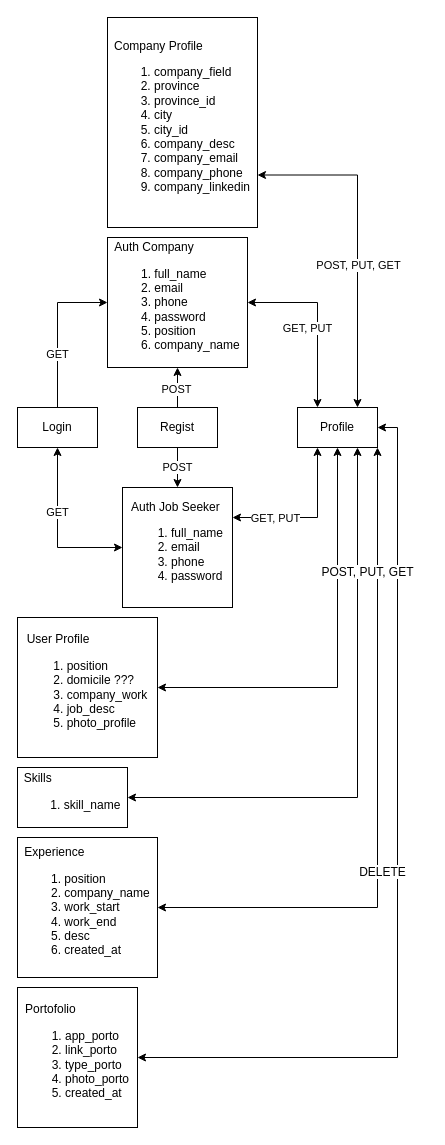
The draw.io diagram DFD CRUD.drawio in LKanugrahan/StorageTeamProjectBE, before the edit. Source tidied: cells renumbered, new cells numbered last; positions are measured from the earlier drawing's top-left corner, leaving out a move shared by most shapes. Both pictures are drawn from the tidied source at 100%, with x=0, y=0 at pixel (17, 17).
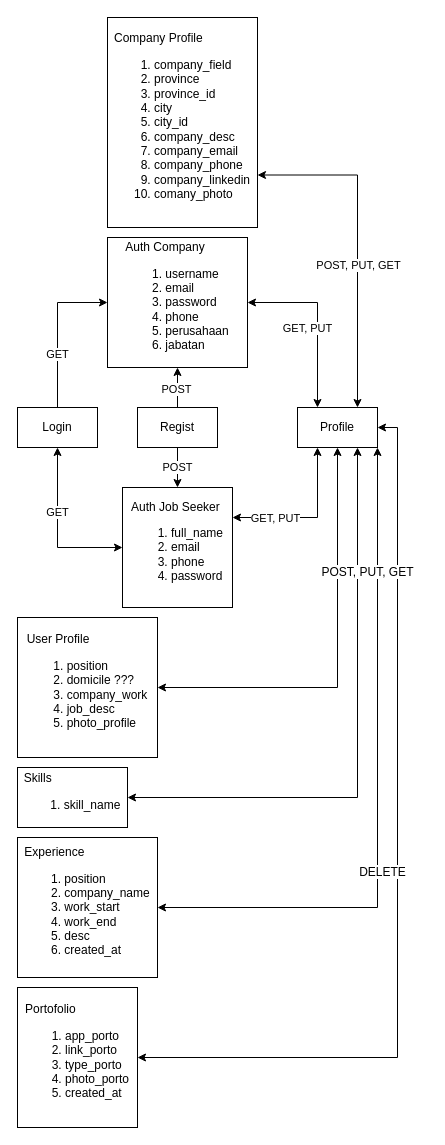
After the change.

Change to the diagram source:
```diff
@@
-    <mxCell id="26" value="&lt;div style=&quot;text-align: justify;&quot;&gt;&lt;span style=&quot;background-color: initial;&quot;&gt;Auth&amp;nbsp;&lt;/span&gt;&lt;span style=&quot;background-color: initial;&quot;&gt;Company&lt;/span&gt;&lt;/div&gt;&lt;div style=&quot;&quot;&gt;&lt;ol&gt;&lt;li style=&quot;text-align: justify;&quot;&gt;&lt;span style=&quot;background-color: initial;&quot;&gt;full_name&lt;/span&gt;&lt;/li&gt;&lt;li style=&quot;text-align: justify;&quot;&gt;&lt;span style=&quot;background-color: initial;&quot;&gt;email&lt;/span&gt;&lt;/li&gt;&lt;li style=&quot;text-align: justify;&quot;&gt;&lt;span style=&quot;background-color: initial;&quot;&gt;phone&lt;/span&gt;&lt;/li&gt;&lt;li style=&quot;text-align: justify;&quot;&gt;&lt;span style=&quot;background-color: initial;&quot;&gt;password&lt;/span&gt;&lt;/li&gt;&lt;li style=&quot;text-align: justify;&quot;&gt;&lt;span style=&quot;background-color: initial;&quot;&gt;position&lt;/span&gt;&lt;/li&gt;&lt;li style=&quot;text-align: justify;&quot;&gt;&lt;span style=&quot;background-color: initial;&quot;&gt;company_name&lt;/span&gt;&lt;/li&gt;&lt;/ol&gt;&lt;/div&gt;&lt;div style=&quot;text-align: justify;&quot;&gt;&lt;/div&gt;" style="rounded=0;whiteSpace=wrap;html=1;" parent="1" vertex="1">
+    <mxCell id="26" value="&lt;div style=&quot;text-align: justify;&quot;&gt;&lt;span style=&quot;background-color: initial;&quot;&gt;Auth&amp;nbsp;&lt;/span&gt;&lt;span style=&quot;background-color: initial;&quot;&gt;Company&lt;/span&gt;&lt;/div&gt;&lt;div style=&quot;&quot;&gt;&lt;ol&gt;&lt;li style=&quot;text-align: justify;&quot;&gt;&lt;span style=&quot;background-color: initial;&quot;&gt;username&lt;/span&gt;&lt;/li&gt;&lt;li style=&quot;text-align: justify;&quot;&gt;&lt;span style=&quot;background-color: initial;&quot;&gt;email&lt;/span&gt;&lt;/li&gt;&lt;li style=&quot;border-color: var(--border-color); text-align: justify;&quot;&gt;password&lt;/li&gt;&lt;li style=&quot;border-color: var(--border-color); text-align: justify;&quot;&gt;phone&lt;/li&gt;&lt;li style=&quot;text-align: justify;&quot;&gt;&lt;span style=&quot;background-color: initial;&quot;&gt;perusahaan&lt;/span&gt;&lt;/li&gt;&lt;li style=&quot;text-align: justify;&quot;&gt;&lt;span style=&quot;background-color: initial;&quot;&gt;jabatan&lt;/span&gt;&lt;/li&gt;&lt;/ol&gt;&lt;/div&gt;&lt;div style=&quot;text-align: justify;&quot;&gt;&lt;/div&gt;" style="rounded=0;whiteSpace=wrap;html=1;" parent="1" vertex="1">
       <mxGeometry x="90" y="220" width="140" height="130" as="geometry" />
     </mxCell>
-    <mxCell id="27" value="&lt;div style=&quot;text-align: left;&quot;&gt;Company Profile&lt;/div&gt;&lt;div style=&quot;text-align: left;&quot;&gt;&lt;ol&gt;&lt;li&gt;&lt;span style=&quot;background-color: initial;&quot;&gt;company_field&lt;/span&gt;&lt;br&gt;&lt;/li&gt;&lt;li&gt;&lt;span style=&quot;background-color: initial;&quot;&gt;province&lt;/span&gt;&lt;/li&gt;&lt;li&gt;&lt;span style=&quot;background-color: initial;&quot;&gt;province_id&lt;/span&gt;&lt;/li&gt;&lt;li&gt;&lt;span style=&quot;background-color: initial;&quot;&gt;city&lt;/span&gt;&lt;/li&gt;&lt;li&gt;&lt;span style=&quot;background-color: initial;&quot;&gt;city_id&lt;/span&gt;&lt;/li&gt;&lt;li&gt;&lt;span style=&quot;background-color: initial;&quot;&gt;company_desc&lt;/span&gt;&lt;/li&gt;&lt;li&gt;company_email&lt;/li&gt;&lt;li&gt;company_phone&lt;/li&gt;&lt;li&gt;company_linkedin&lt;/li&gt;&lt;/ol&gt;&lt;/div&gt;&lt;div style=&quot;text-align: justify;&quot;&gt;&lt;/div&gt;" style="rounded=0;whiteSpace=wrap;html=1;" parent="1" vertex="1">
+    <mxCell id="27" value="&lt;div style=&quot;text-align: left;&quot;&gt;Company Profile&lt;/div&gt;&lt;div style=&quot;text-align: left;&quot;&gt;&lt;ol&gt;&lt;li&gt;&lt;span style=&quot;background-color: initial;&quot;&gt;company_field&lt;/span&gt;&lt;br&gt;&lt;/li&gt;&lt;li&gt;&lt;span style=&quot;background-color: initial;&quot;&gt;province&lt;/span&gt;&lt;/li&gt;&lt;li&gt;&lt;span style=&quot;background-color: initial;&quot;&gt;province_id&lt;/span&gt;&lt;/li&gt;&lt;li&gt;&lt;span style=&quot;background-color: initial;&quot;&gt;city&lt;/span&gt;&lt;/li&gt;&lt;li&gt;&lt;span style=&quot;background-color: initial;&quot;&gt;city_id&lt;/span&gt;&lt;/li&gt;&lt;li&gt;&lt;span style=&quot;background-color: initial;&quot;&gt;company_desc&lt;/span&gt;&lt;/li&gt;&lt;li&gt;company_email&lt;/li&gt;&lt;li&gt;company_phone&lt;/li&gt;&lt;li&gt;company_linkedin&lt;/li&gt;&lt;li&gt;comany_photo&lt;/li&gt;&lt;/ol&gt;&lt;/div&gt;&lt;div style=&quot;text-align: justify;&quot;&gt;&lt;/div&gt;" style="rounded=0;whiteSpace=wrap;html=1;" parent="1" vertex="1">
       <mxGeometry x="90" width="150" height="210" as="geometry" />
     </mxCell>
```
